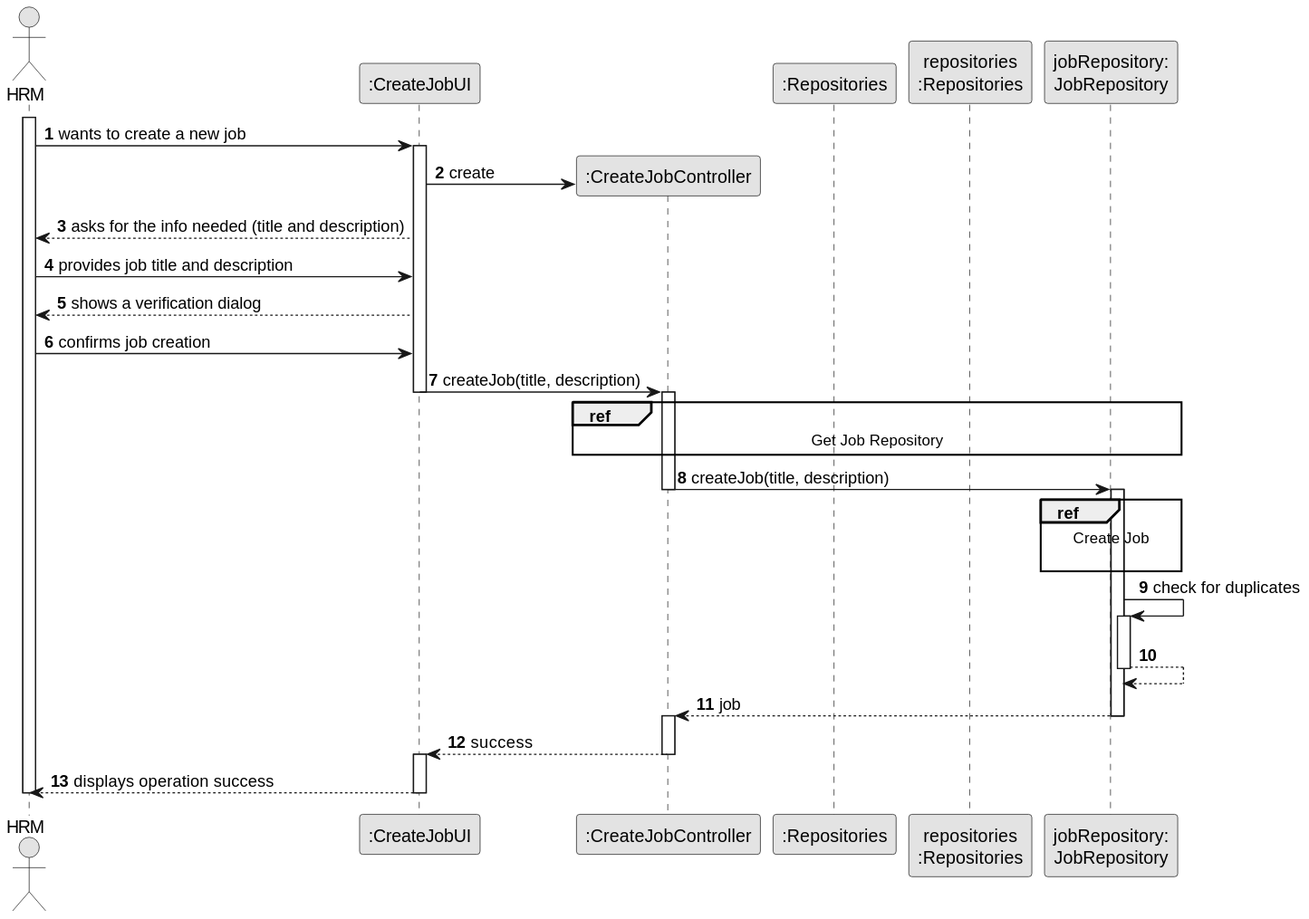
Earlier version of the PlantUML export docs/sprintB/us002/03.design/svg/us002-sequence-diagram-split.svg (ricardomm7/leaflink). The source it was exported from:
```plantuml
@startuml
skinparam monochrome true
skinparam packageStyle rectangle
skinparam shadowing false

autonumber

actor "HRM" as Employee
participant ":CreateJobUI" as UI
participant ":CreateJobController" as CTRL
participant ":Repositories" as GlobRepo
participant "repositories\n:Repositories" as PLAT
participant "jobRepository:\nJobRepository" as jobRepository

activate Employee
Employee -> UI : wants to create a new job
activate UI
UI -> CTRL** : create
UI --> Employee : asks for the info needed (title and description)
Employee -> UI : provides job title and description
UI --> Employee : shows a verification dialog
Employee -> UI : confirms job creation


UI -> CTRL : createJob(title, description)
deactivate UI
activate CTRL
        ref over CTRL, GlobRepo, jobRepository
            Get Job Repository
        end ref

CTRL -> jobRepository : createJob(title, description)
deactivate CTRL
activate jobRepository

        ref over jobRepository
            Create Job

        end ref

    activate jobRepository
    jobRepository -> jobRepository : check for duplicates
    activate jobRepository
    jobRepository --> jobRepository
    deactivate jobRepository

jobRepository --> CTRL : job
deactivate jobRepository
activate CTRL
deactivate jobRepository

CTRL --> UI : success
deactivate CTRL
activate UI
UI --> Employee : displays operation success

deactivate UI
deactivate Employee
@enduml
```
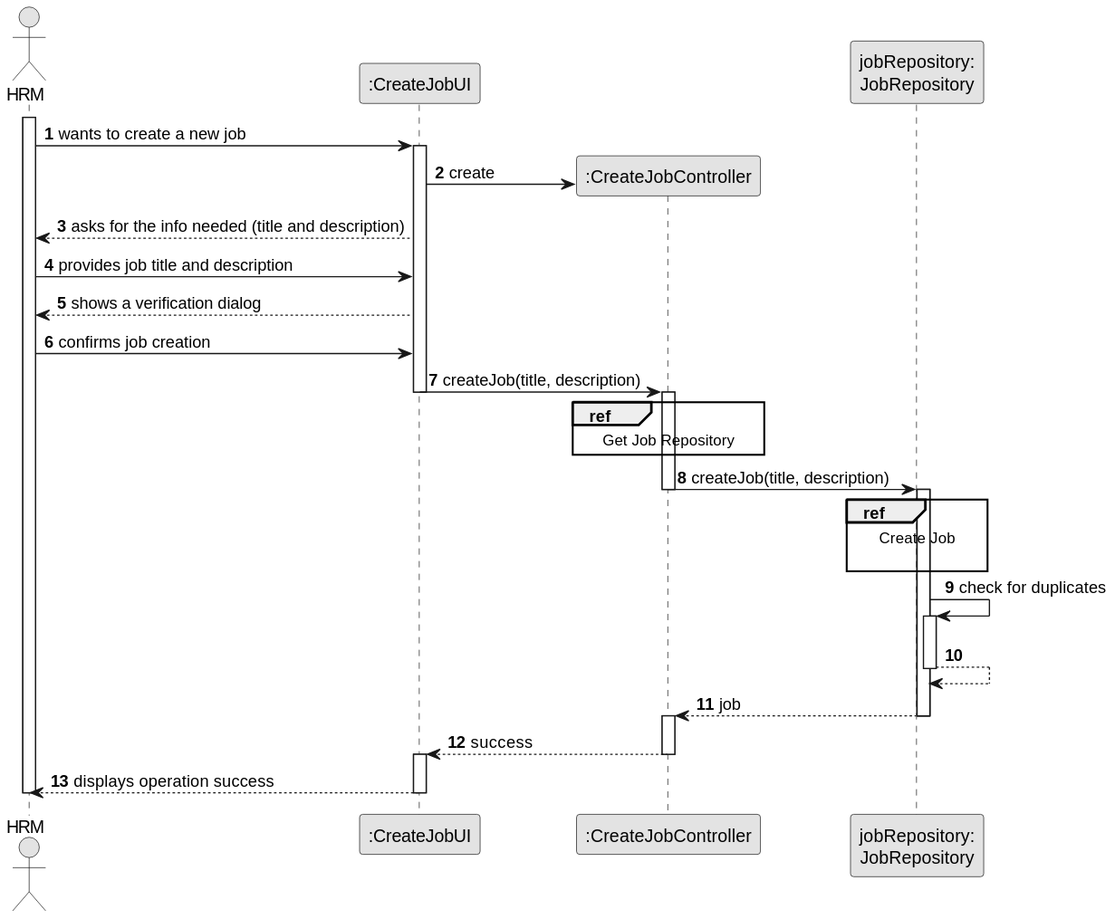
After the change.

What changed in the source:
```diff
@@ -8,8 +8,6 @@
 actor "HRM" as Employee
 participant ":CreateJobUI" as UI
 participant ":CreateJobController" as CTRL
-participant ":Repositories" as GlobRepo
-participant "repositories\n:Repositories" as PLAT
 participant "jobRepository:\nJobRepository" as jobRepository
 
 activate Employee
@@ -25,7 +23,7 @@
 UI -> CTRL : createJob(title, description)
 deactivate UI
 activate CTRL
-        ref over CTRL, GlobRepo, jobRepository
+        ref over CTRL
             Get Job Repository
         end ref
 
```
